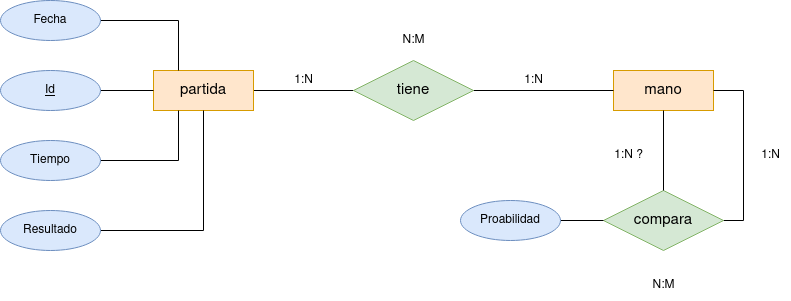
Before: doc/diagrama_entidad_relacion/diagrama_entidad_relacion.png, a diagram exported from draw.io (jdabrante/proyecto_ets). Source tidied: cells renumbered, new cells last; positions are measured from the earlier drawing's top-left corner, leaving out a move shared by most shapes.
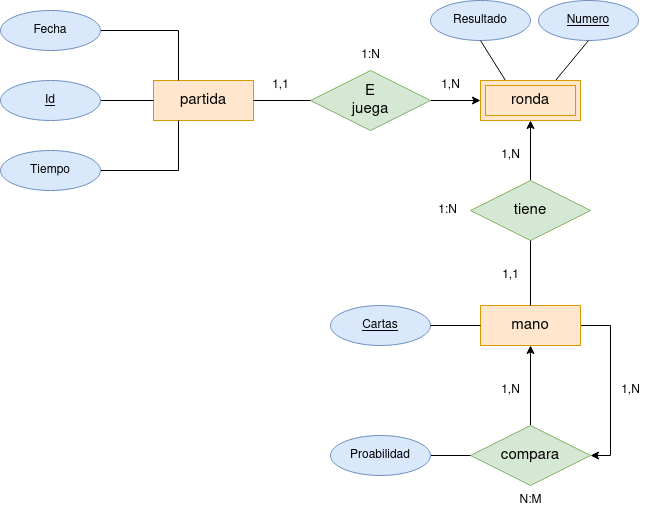
Above is the later version.

Change to the diagram source:
```diff
@@ -2,77 +2,121 @@
   <root>
     <mxCell id="0" />
     <mxCell id="1" parent="0" />
-    <mxCell id="2" style="edgeStyle=orthogonalEdgeStyle;rounded=0;jettySize=auto;html=1;exitX=1;exitY=0.5;exitDx=0;exitDy=0;entryX=0;entryY=0.5;entryDx=0;entryDy=0;endArrow=none;endFill=0;startArrow=none;startFill=0;" parent="1" edge="1" source="3" target="9">
-      <mxGeometry relative="1" as="geometry" />
-    </mxCell>
     <mxCell id="3" value="partida" style="whiteSpace=wrap;html=1;align=center;fontSize=15;fillColor=#ffe6cc;strokeColor=#d79b00;" parent="1" vertex="1">
-      <mxGeometry x="153" y="70" width="100" height="40" as="geometry" />
+      <mxGeometry x="232" y="100" width="100" height="40" as="geometry" />
     </mxCell>
+    <mxCell id="7" style="edgeStyle=orthogonalEdgeStyle;rounded=0;jettySize=auto;html=1;entryX=1;entryY=0.5;entryDx=0;entryDy=0;" parent="1" edge="1" source="4" target="6">
+      <mxGeometry relative="1" as="geometry">
+        <Array as="points">
+          <mxPoint x="689" y="345" />
+          <mxPoint x="689" y="475" />
+        </Array>
+      </mxGeometry>
+    </mxCell>
     <mxCell id="4" value="mano" style="whiteSpace=wrap;html=1;align=center;fontSize=15;fillColor=#ffe6cc;strokeColor=#d79b00;" parent="1" vertex="1">
-      <mxGeometry x="613" y="70" width="100" height="40" as="geometry" />
+      <mxGeometry x="559" y="325" width="100" height="40" as="geometry" />
     </mxCell>
-    <mxCell id="5" style="edgeStyle=orthogonalEdgeStyle;rounded=0;jettySize=auto;html=1;exitX=1;exitY=0.5;exitDx=0;exitDy=0;entryX=1;entryY=0.5;entryDx=0;entryDy=0;endArrow=none;endFill=0;" parent="1" edge="1" source="6" target="4">
+    <mxCell id="5" style="edgeStyle=orthogonalEdgeStyle;rounded=0;jettySize=auto;html=1;exitX=0.5;exitY=0;exitDx=0;exitDy=0;entryX=0.5;entryY=1;entryDx=0;entryDy=0;" parent="1" edge="1" source="6" target="4">
       <mxGeometry relative="1" as="geometry" />
     </mxCell>
     <mxCell id="6" value="compara" style="shape=rhombus;perimeter=rhombusPerimeter;whiteSpace=wrap;html=1;align=center;fontSize=15;fillColor=#d5e8d4;strokeColor=#82b366;" parent="1" vertex="1">
-      <mxGeometry x="603" y="190" width="120" height="60" as="geometry" />
+      <mxGeometry x="549" y="445" width="120" height="60" as="geometry" />
     </mxCell>
-    <mxCell id="7" style="endArrow=none;html=1;rounded=0;exitX=0.5;exitY=1;exitDx=0;exitDy=0;entryX=0.5;entryY=0;entryDx=0;entryDy=0;endFill=0;startArrow=none;startFill=0;" parent="1" edge="1" source="4" target="6">
-      <mxGeometry relative="1" as="geometry" />
-    </mxCell>
-    <mxCell id="8" style="edgeStyle=orthogonalEdgeStyle;rounded=0;jettySize=auto;html=1;exitX=1;exitY=0.5;exitDx=0;exitDy=0;entryX=0;entryY=0.5;entryDx=0;entryDy=0;endArrow=none;endFill=0;" parent="1" edge="1" source="9" target="4">
-      <mxGeometry relative="1" as="geometry" />
-    </mxCell>
-    <mxCell id="9" value="tiene" style="shape=rhombus;perimeter=rhombusPerimeter;whiteSpace=wrap;html=1;align=center;fontSize=15;fillColor=#d5e8d4;strokeColor=#82b366;" parent="1" vertex="1">
-      <mxGeometry x="353" y="60" width="120" height="60" as="geometry" />
-    </mxCell>
-    <mxCell id="10" value="1:N" style="text;html=1;align=center;verticalAlign=middle;strokeColor=none;fillColor=none;" parent="1" vertex="1">
-      <mxGeometry x="513" y="65" width="40" height="30" as="geometry" />
+    <mxCell id="10" value="1,N" style="text;html=1;align=center;verticalAlign=middle;strokeColor=none;fillColor=none;" parent="1" vertex="1">
+      <mxGeometry x="569" y="160" width="40" height="30" as="geometry" />
     </mxCell>
-    <mxCell id="11" value="1:N" style="text;html=1;align=center;verticalAlign=middle;strokeColor=none;fillColor=none;" parent="1" vertex="1">
-      <mxGeometry x="283" y="65" width="40" height="30" as="geometry" />
+    <mxCell id="11" value="1,N" style="text;html=1;align=center;verticalAlign=middle;strokeColor=none;fillColor=none;" parent="1" vertex="1">
+      <mxGeometry x="509" y="90" width="40" height="30" as="geometry" />
     </mxCell>
-    <mxCell id="12" value="N:M" style="text;html=1;align=center;verticalAlign=middle;strokeColor=none;fillColor=none;" parent="1" vertex="1">
-      <mxGeometry x="388" y="25" width="50" height="30" as="geometry" />
+    <mxCell id="12" value="1:N" style="text;html=1;align=center;verticalAlign=middle;strokeColor=none;fillColor=none;" parent="1" vertex="1">
+      <mxGeometry x="429" y="60" width="40" height="30" as="geometry" />
     </mxCell>
-    <mxCell id="13" value="1:N" style="text;html=1;align=center;verticalAlign=middle;strokeColor=none;fillColor=none;" parent="1" vertex="1">
-      <mxGeometry x="750" y="140" width="40" height="30" as="geometry" />
+    <mxCell id="13" value="1,N" style="text;html=1;align=center;verticalAlign=middle;strokeColor=none;fillColor=none;" parent="1" vertex="1">
+      <mxGeometry x="689" y="395" width="40" height="30" as="geometry" />
     </mxCell>
-    <mxCell id="14" value="1:N ?" style="text;html=1;align=center;verticalAlign=middle;strokeColor=none;fillColor=none;" parent="1" vertex="1">
-      <mxGeometry x="603" y="140" width="50" height="30" as="geometry" />
+    <mxCell id="14" value="1,N" style="text;html=1;align=center;verticalAlign=middle;strokeColor=none;fillColor=none;" parent="1" vertex="1">
+      <mxGeometry x="569" y="395" width="40" height="30" as="geometry" />
     </mxCell>
     <mxCell id="15" value="N:M" style="text;html=1;align=center;verticalAlign=middle;strokeColor=none;fillColor=none;" parent="1" vertex="1">
-      <mxGeometry x="638" y="270" width="50" height="30" as="geometry" />
+      <mxGeometry x="584" y="505" width="50" height="30" as="geometry" />
     </mxCell>
     <mxCell id="16" style="edgeStyle=orthogonalEdgeStyle;rounded=0;jettySize=auto;html=1;exitX=1;exitY=0.5;exitDx=0;exitDy=0;entryX=0;entryY=0.5;entryDx=0;entryDy=0;endArrow=none;endFill=0;" parent="1" edge="1" source="17" target="6">
       <mxGeometry relative="1" as="geometry" />
     </mxCell>
     <mxCell id="17" value="Proabilidad" style="ellipse;whiteSpace=wrap;html=1;align=center;fillColor=#dae8fc;strokeColor=#6c8ebf;" parent="1" vertex="1">
-      <mxGeometry x="460" y="200" width="100" height="40" as="geometry" />
+      <mxGeometry x="409" y="455" width="100" height="40" as="geometry" />
     </mxCell>
     <mxCell id="18" style="edgeStyle=orthogonalEdgeStyle;rounded=0;jettySize=auto;html=1;endArrow=none;endFill=0;" parent="1" edge="1" source="19" target="3">
       <mxGeometry relative="1" as="geometry" />
     </mxCell>
     <mxCell id="19" value="Id" style="ellipse;whiteSpace=wrap;html=1;align=center;fontStyle=4;fillColor=#dae8fc;strokeColor=#6c8ebf;" parent="1" vertex="1">
-      <mxGeometry y="70" width="100" height="40" as="geometry" />
+      <mxGeometry x="79" y="100" width="100" height="40" as="geometry" />
     </mxCell>
     <mxCell id="20" style="edgeStyle=orthogonalEdgeStyle;rounded=0;jettySize=auto;html=1;exitX=1;exitY=0.5;exitDx=0;exitDy=0;entryX=0.25;entryY=0;entryDx=0;entryDy=0;endArrow=none;endFill=0;" parent="1" edge="1" source="21" target="3">
       <mxGeometry relative="1" as="geometry" />
     </mxCell>
     <mxCell id="21" value="Fecha" style="ellipse;whiteSpace=wrap;html=1;align=center;fillColor=#dae8fc;strokeColor=#6c8ebf;" parent="1" vertex="1">
-      <mxGeometry width="100" height="40" as="geometry" />
+      <mxGeometry x="79" y="30" width="100" height="40" as="geometry" />
     </mxCell>
     <mxCell id="22" style="edgeStyle=orthogonalEdgeStyle;rounded=0;jettySize=auto;html=1;exitX=1;exitY=0.5;exitDx=0;exitDy=0;entryX=0.25;entryY=1;entryDx=0;entryDy=0;endArrow=none;endFill=0;" parent="1" edge="1" source="23" target="3">
       <mxGeometry relative="1" as="geometry" />
     </mxCell>
     <mxCell id="23" value="Tiempo" style="ellipse;whiteSpace=wrap;html=1;align=center;fillColor=#dae8fc;strokeColor=#6c8ebf;" parent="1" vertex="1">
-      <mxGeometry y="140" width="100" height="40" as="geometry" />
+      <mxGeometry x="79" y="170" width="100" height="40" as="geometry" />
     </mxCell>
-    <mxCell id="24" style="edgeStyle=orthogonalEdgeStyle;rounded=0;jettySize=auto;html=1;exitX=1;exitY=0.5;exitDx=0;exitDy=0;endArrow=none;endFill=0;" parent="1" edge="1" source="25" target="3">
-      <mxGeometry relative="1" as="geometry" />
-    </mxCell>
     <mxCell id="25" value="Resultado" style="ellipse;whiteSpace=wrap;html=1;align=center;fillColor=#dae8fc;strokeColor=#6c8ebf;" parent="1" vertex="1">
-      <mxGeometry y="210" width="100" height="40" as="geometry" />
+      <mxGeometry x="509" y="20" width="100" height="40" as="geometry" />
     </mxCell>
+    <mxCell id="26" value="Cartas" style="ellipse;whiteSpace=wrap;html=1;align=center;fillColor=#dae8fc;strokeColor=#6c8ebf;fontStyle=4;" parent="1" vertex="1">
+      <mxGeometry x="409" y="325" width="100" height="40" as="geometry" />
+    </mxCell>
+    <mxCell id="27" style="endArrow=none;html=1;rounded=0;exitX=0;exitY=0.5;exitDx=0;exitDy=0;entryX=1;entryY=0.5;entryDx=0;entryDy=0;" parent="1" edge="1" source="4" target="26">
+      <mxGeometry relative="1" as="geometry" />
+    </mxCell>
+    <mxCell id="28" value="Numero" style="ellipse;whiteSpace=wrap;html=1;align=center;fillColor=#dae8fc;strokeColor=#6c8ebf;fontStyle=4;" parent="1" vertex="1">
+      <mxGeometry x="617" y="20" width="100" height="40" as="geometry" />
+    </mxCell>
+    <mxCell id="29" style="endArrow=none;html=1;rounded=0;entryX=0.25;entryY=0;entryDx=0;entryDy=0;exitX=0.5;exitY=1;exitDx=0;exitDy=0;" parent="1" edge="1" source="25">
+      <mxGeometry relative="1" as="geometry">
+        <mxPoint x="584" y="100" as="targetPoint" />
+      </mxGeometry>
+    </mxCell>
+    <mxCell id="30" style="endArrow=none;html=1;rounded=0;exitX=0.5;exitY=1;exitDx=0;exitDy=0;entryX=0.75;entryY=0;entryDx=0;entryDy=0;" parent="1" edge="1" source="28">
+      <mxGeometry relative="1" as="geometry">
+        <mxPoint x="634" y="100" as="targetPoint" />
+      </mxGeometry>
+    </mxCell>
+    <mxCell id="31" style="edgeStyle=orthogonalEdgeStyle;rounded=0;jettySize=auto;html=1;entryX=0;entryY=0.5;entryDx=0;entryDy=0;" parent="1" edge="1" source="32" target="36">
+      <mxGeometry relative="1" as="geometry" />
+    </mxCell>
+    <mxCell id="32" value="E&lt;br&gt;&lt;div&gt;juega&lt;/div&gt;" style="shape=rhombus;perimeter=rhombusPerimeter;whiteSpace=wrap;html=1;align=center;fontSize=15;fillColor=#d5e8d4;strokeColor=#82b366;" parent="1" vertex="1">
+      <mxGeometry x="389" y="90" width="120" height="60" as="geometry" />
+    </mxCell>
+    <mxCell id="33" style="edgeStyle=orthogonalEdgeStyle;rounded=0;jettySize=auto;html=1;exitX=0.5;exitY=0;exitDx=0;exitDy=0;entryX=0.5;entryY=1;entryDx=0;entryDy=0;" parent="1" edge="1" source="9">
+      <mxGeometry relative="1" as="geometry">
+        <mxPoint x="609" y="140" as="targetPoint" />
+      </mxGeometry>
+    </mxCell>
+    <mxCell id="9" value="tiene" style="shape=rhombus;perimeter=rhombusPerimeter;whiteSpace=wrap;html=1;align=center;fontSize=15;fillColor=#d5e8d4;strokeColor=#82b366;" parent="1" vertex="1">
+      <mxGeometry x="549" y="200" width="120" height="60" as="geometry" />
+    </mxCell>
+    <mxCell id="34" style="edgeStyle=orthogonalEdgeStyle;rounded=0;jettySize=auto;html=1;exitX=0.5;exitY=0;exitDx=0;exitDy=0;endArrow=none;endFill=0;startArrow=none;startFill=0;entryX=0.5;entryY=1;entryDx=0;entryDy=0;" parent="1" edge="1" source="4" target="9">
+      <mxGeometry relative="1" as="geometry" />
+    </mxCell>
+    <mxCell id="35" value="1,1" style="text;html=1;align=center;verticalAlign=middle;strokeColor=none;fillColor=none;" parent="1" vertex="1">
+      <mxGeometry x="569" y="280" width="40" height="30" as="geometry" />
+    </mxCell>
+    <mxCell id="36" value="&lt;font style=&quot;font-size: 15px;&quot;&gt;ronda&lt;/font&gt;" style="shape=ext;margin=3;double=1;whiteSpace=wrap;html=1;align=center;fillColor=#ffe6cc;strokeColor=#d79b00;" parent="1" vertex="1">
+      <mxGeometry x="559" y="100" width="100" height="40" as="geometry" />
+    </mxCell>
+    <mxCell id="37" style="endArrow=none;html=1;rounded=0;exitX=0;exitY=0.5;exitDx=0;exitDy=0;entryX=1;entryY=0.5;entryDx=0;entryDy=0;" parent="1" edge="1" source="32" target="3">
+      <mxGeometry relative="1" as="geometry" />
+    </mxCell>
+    <mxCell id="38" value="1,1" style="text;html=1;align=center;verticalAlign=middle;strokeColor=none;fillColor=none;" parent="1" vertex="1">
+      <mxGeometry x="339" y="90" width="40" height="30" as="geometry" />
+    </mxCell>
+    <mxCell id="39" value="1:N" style="text;html=1;align=center;verticalAlign=middle;strokeColor=none;fillColor=none;" parent="1" vertex="1">
+      <mxGeometry x="506" y="215" width="40" height="30" as="geometry" />
+    </mxCell>
   </root>
 </mxGraphModel>
```
